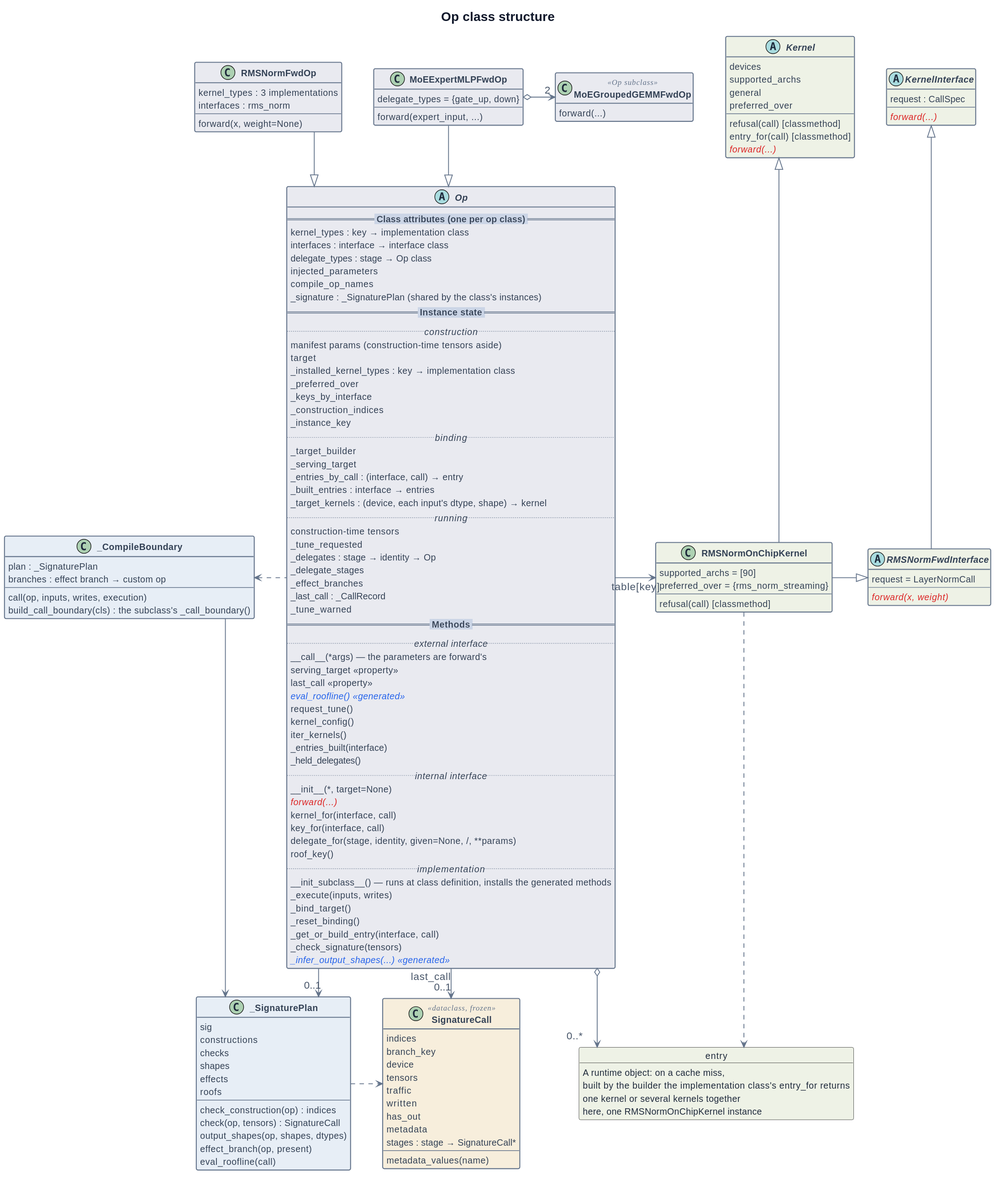
This is docs/user-guide/op/img/structure.svg from tile-ai/TileOPs.github.io, a PlantUML export, as it was before one commit.
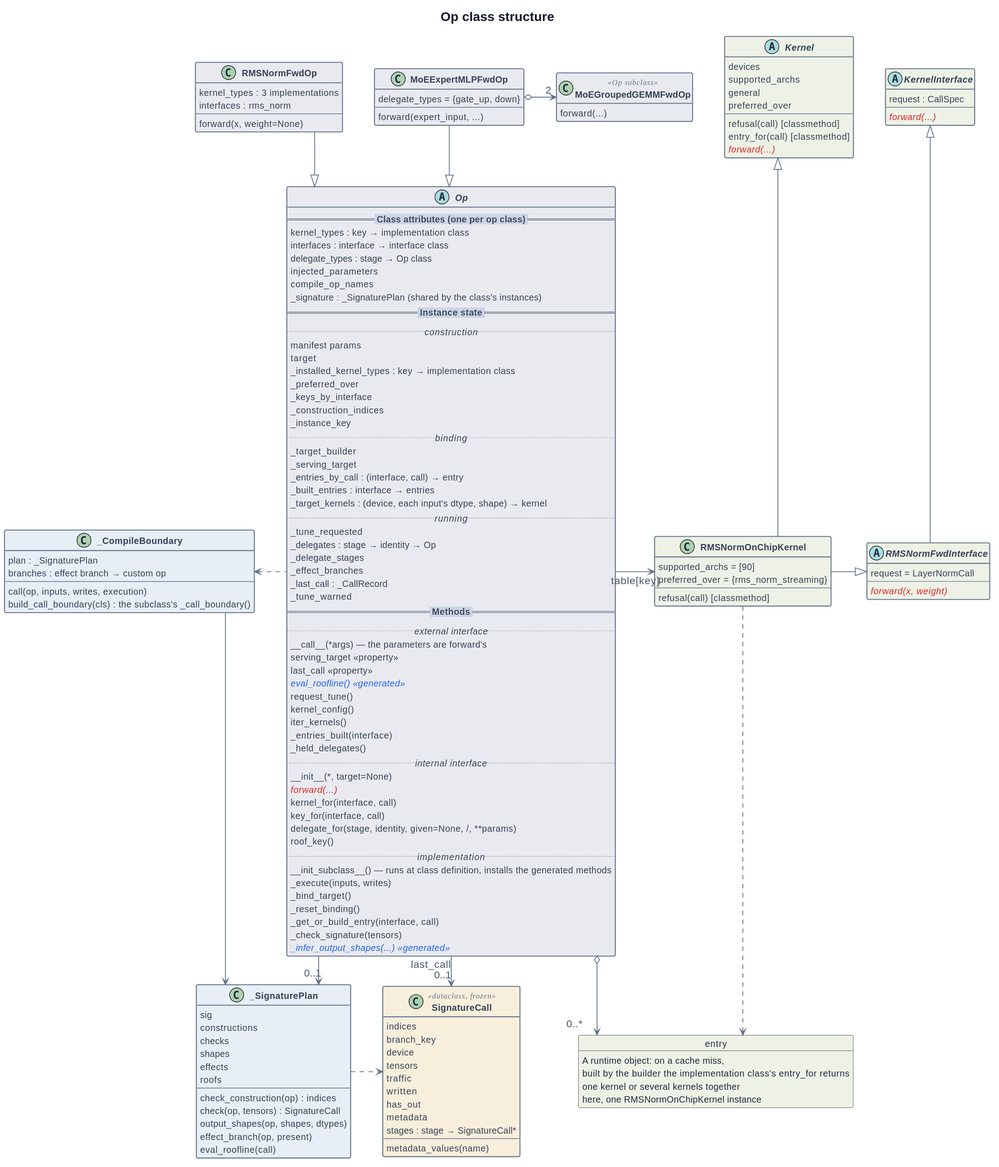
After the commit.

Change to the diagram source:
```diff
@@ -35,7 +35,7 @@
     _signature : _SignaturePlan (shared by the class's instances)
     == <back:#CBD5E6> <b>Instance state</b> </back> ==
     .. <i>construction</i> ..
-    manifest params (construction-time tensors aside)
+    manifest params
     target
     _installed_kernel_types : key → implementation class
     _preferred_over
@@ -49,12 +49,11 @@
     _built_entries : interface → entries
     _target_kernels : (device, each input's dtype, shape) → kernel
     .. <i>running</i> ..
-    construction-time tensors
     _tune_requested
     _delegates : stage → identity → Op
     _delegate_stages
     _effect_branches
-    _last_call : SignatureCall
+    _last_call : _CallRecord
     _tune_warned
     == <back:#CBD5E6> <b>Methods</b> </back> ==
     .. <i>external interface</i> ..
@@ -65,8 +64,8 @@
     request_tune()
     kernel_config()
     iter_kernels()
-    built_entries(interface)
-    held_delegates()
+    _entries_built(interface)
+    _held_delegates()
     .. <i>internal interface</i> ..
     __init__(*, target=None)
     {abstract} <color:#DC2626>forward(...)</color>
@@ -76,7 +75,7 @@
     roof_key()
     .. <i>implementation</i> ..
     __init_subclass__() — runs at class definition, installs the generated methods
-    _run_call(inputs, body)
+    _execute(inputs, writes)
     _bind_target()
     _reset_binding()
     _get_or_build_entry(interface, call)
@@ -164,7 +163,7 @@
     here, one RMSNormOnChipKernel instance
 }
 
-class MoEGroupedGemmFwdOp <<Op subclass>> #E9EAF0 {
+class MoEGroupedGEMMFwdOp <<Op subclass>> #E9EAF0 {
     forward(...)
 }
 
@@ -177,7 +176,7 @@
 
 RMSNormFwdOp -down-|> Op
 MoEExpertMLPFwdOp -down-|> Op
-MoEExpertMLPFwdOp o-right-> "2" MoEGroupedGemmFwdOp
+MoEExpertMLPFwdOp o-right-> "2" MoEGroupedGEMMFwdOp
 
 Op .left.> _CompileBoundary
 Op -down-> "0..1" _SignaturePlan
```
